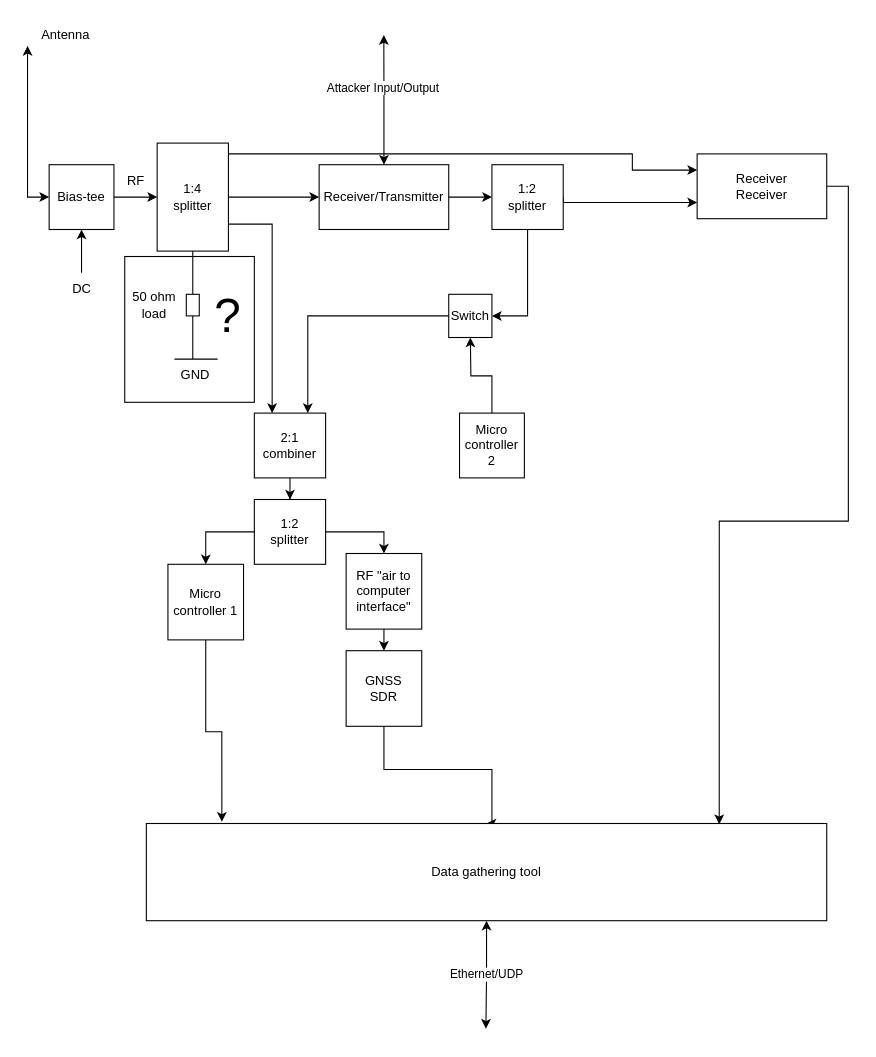
Above: page "Radio Circuit" (3 of 4) of GNSS Datalogger Blockdiagram.drawio in torejohansson97/tightly-coupled-gnss-data-logger (draw.io), before the change. Source tidied: cells renumbered, new cells numbered last; positions are measured from the earlier drawing's top-left corner, leaving out a move shared by most shapes. Both pictures are drawn from the tidied source at 108%, with x=0, y=0 at pixel (27, 18).
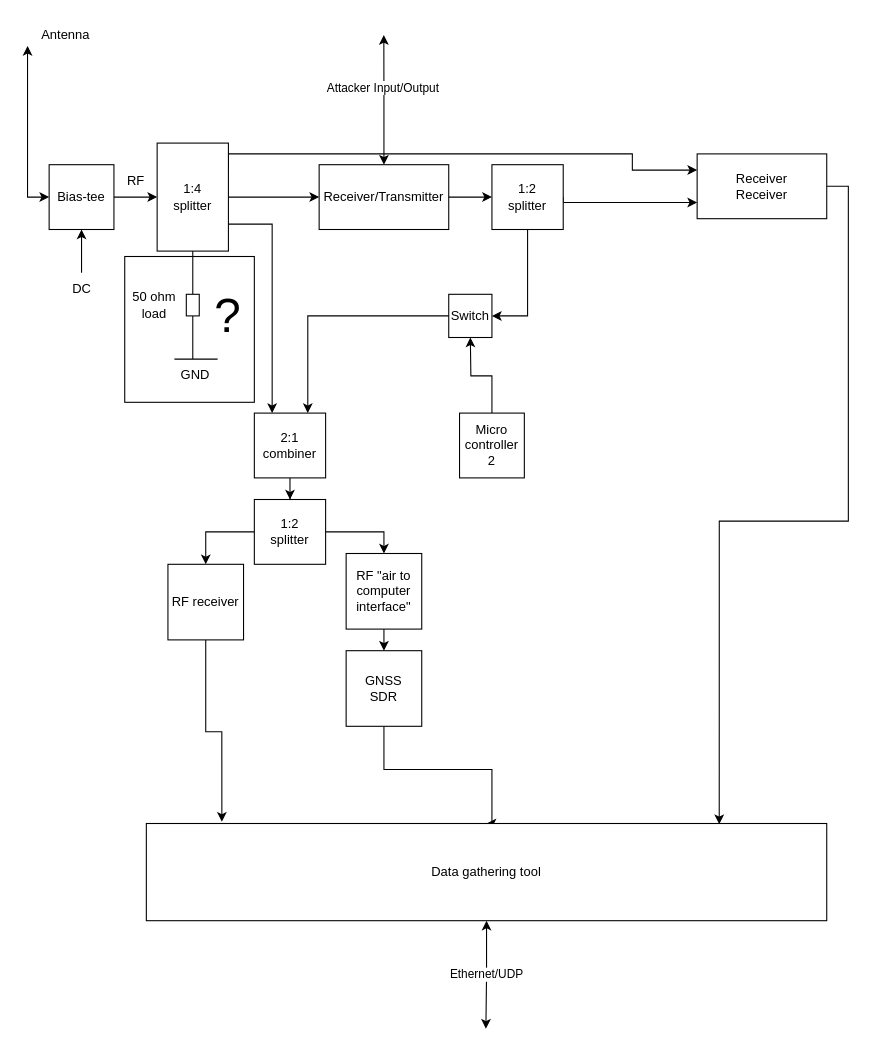
The same diagram, later.

Diff of the diagram source:
```diff
@@
-    <mxCell id="24" value="Micro&lt;br&gt;controller 1" style="rounded=0;whiteSpace=wrap;html=1;" parent="1" vertex="1">
+    <mxCell id="24" value="RF receiver" style="rounded=0;whiteSpace=wrap;html=1;" parent="1" vertex="1">
       <mxGeometry x="130" y="505" width="70" height="70" as="geometry" />
     </mxCell>
```
